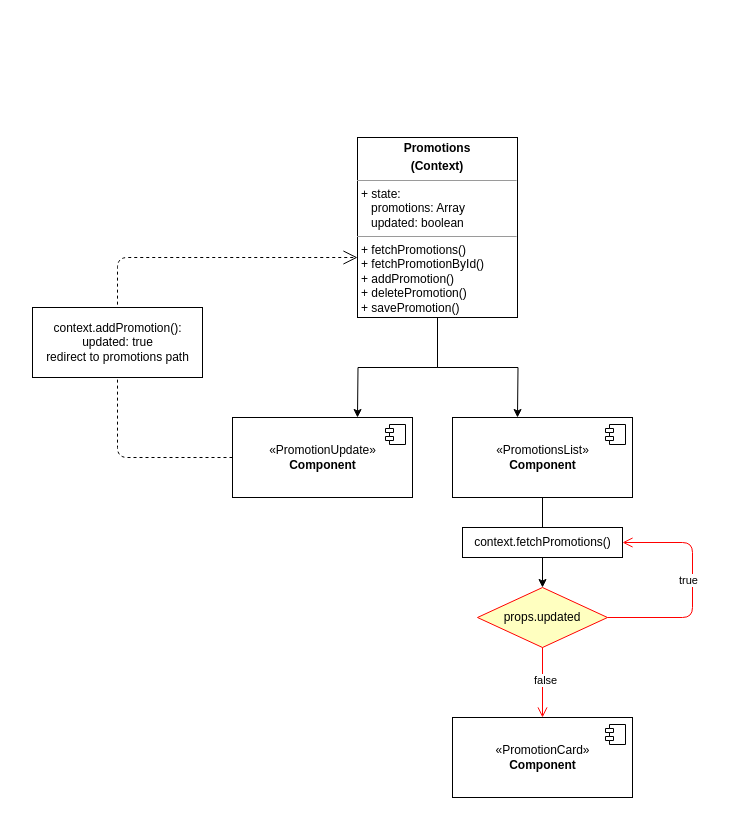
denissamoilov/material keeps this draw.io diagram as cmsx.drawio. Above is the earlier version. Source tidied: cells renumbered, new cells numbered last; positions are measured from the earlier drawing's top-left corner, leaving out a move shared by most shapes. Both pictures are drawn from the tidied source at 100%, with x=0, y=0 at pixel (32, 137).
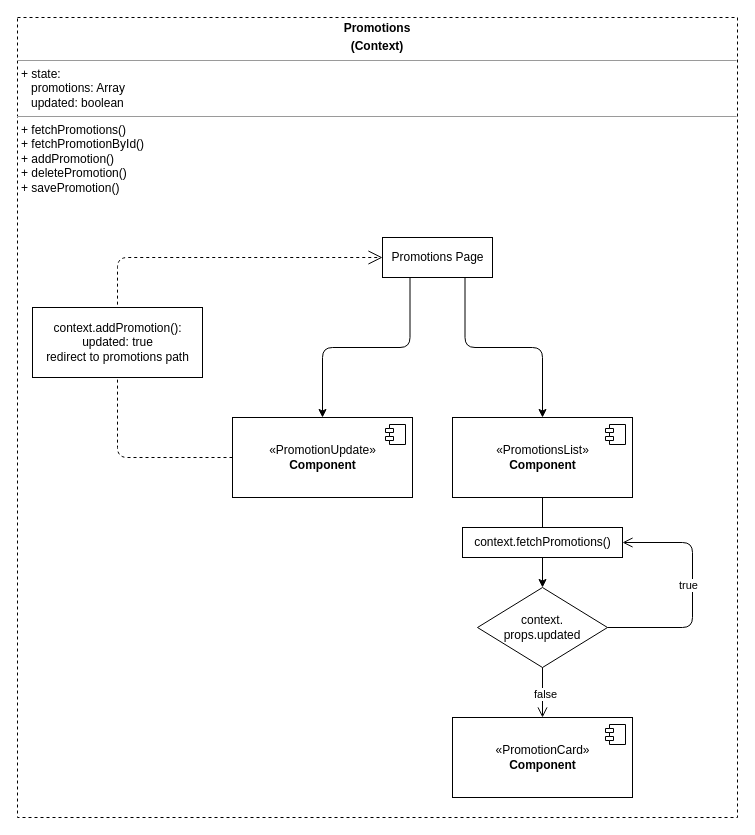
After the change.

The change refers to these unchanged cells:
```xml
<mxCell id="6" value="«PromotionsList»&lt;br&gt;&lt;b&gt;Component&lt;/b&gt;" style="html=1;" parent="1" vertex="1">
  <mxGeometry x="420" y="280" width="180" height="80" as="geometry" />
</mxCell>
<mxCell id="8" value="«PromotionUpdate»&lt;br&gt;&lt;b&gt;Component&lt;/b&gt;" style="html=1;" parent="1" vertex="1">
  <mxGeometry x="200" y="280" width="180" height="80" as="geometry" />
</mxCell>
<mxCell id="10" value="«PromotionCard»&lt;br&gt;&lt;b&gt;Component&lt;/b&gt;" style="html=1;" parent="1" vertex="1">
  <mxGeometry x="420" y="580" width="180" height="80" as="geometry" />
</mxCell>
<mxCell id="17" value="context.fetchPromotions()" style="html=1;" parent="1" vertex="1">
  <mxGeometry x="430" y="390" width="160" height="30" as="geometry" />
</mxCell>
```

Change to the diagram source:
```diff
@@
-    <mxCell id="2" style="edgeStyle=orthogonalEdgeStyle;rounded=0;jettySize=auto;html=1;" parent="1" edge="1" source="4">
+    <mxCell id="2" style="edgeStyle=orthogonalEdgeStyle;rounded=0;jettySize=auto;html=1;exitX=0.5;exitY=1;exitDx=0;exitDy=0;entryX=0.5;entryY=0;entryDx=0;entryDy=0;" parent="1" edge="1" source="21" target="8">
       <mxGeometry relative="1" as="geometry">
-        <mxPoint x="325" y="280" as="targetPoint" />
+        <Array as="points">
+          <mxPoint x="405" y="210" />
+          <mxPoint x="290" y="210" />
+        </Array>
       </mxGeometry>
     </mxCell>
-    <mxCell id="3" style="edgeStyle=orthogonalEdgeStyle;rounded=0;jettySize=auto;html=1;" parent="1" edge="1" source="4">
+    <mxCell id="3" style="edgeStyle=orthogonalEdgeStyle;rounded=0;jettySize=auto;html=1;exitX=0.5;exitY=1;exitDx=0;exitDy=0;entryX=0.5;entryY=0;entryDx=0;entryDy=0;" parent="1" edge="1" source="21" target="6">
       <mxGeometry relative="1" as="geometry">
-        <mxPoint x="485" y="280" as="targetPoint" />
+        <Array as="points">
+          <mxPoint x="405" y="210" />
+          <mxPoint x="510" y="210" />
+        </Array>
       </mxGeometry>
     </mxCell>
-    <mxCell id="4" value="&lt;p style=&quot;margin: 0px ; margin-top: 4px ; text-align: center&quot;&gt;&lt;b&gt;Promotions&lt;/b&gt;&lt;/p&gt;&lt;p style=&quot;margin: 0px ; margin-top: 4px ; text-align: center&quot;&gt;&lt;b&gt;(Context)&lt;/b&gt;&lt;/p&gt;&lt;hr size=&quot;1&quot;&gt;&lt;p style=&quot;margin: 0px ; margin-left: 4px&quot;&gt;+ state:&lt;/p&gt;&lt;p style=&quot;margin: 0px ; margin-left: 4px&quot;&gt;&amp;nbsp; &amp;nbsp;promotions: Array&lt;/p&gt;&lt;p style=&quot;margin: 0px ; margin-left: 4px&quot;&gt;&amp;nbsp; &amp;nbsp;updated: boolean&lt;/p&gt;&lt;hr size=&quot;1&quot;&gt;&lt;p style=&quot;margin: 0px ; margin-left: 4px&quot;&gt;+ fetchPromotions()&lt;/p&gt;&lt;p style=&quot;margin: 0px ; margin-left: 4px&quot;&gt;+ fetchPromotionById()&lt;/p&gt;&lt;p style=&quot;margin: 0px ; margin-left: 4px&quot;&gt;&lt;span&gt;+ addPromotion()&lt;/span&gt;&lt;/p&gt;&lt;p style=&quot;margin: 0px ; margin-left: 4px&quot;&gt;&lt;span&gt;+ deletePromotion()&lt;/span&gt;&lt;/p&gt;&lt;p style=&quot;margin: 0px ; margin-left: 4px&quot;&gt;&lt;span&gt;+ savePromotion()&lt;/span&gt;&lt;/p&gt;&lt;p&gt;&lt;br&gt;&lt;/p&gt;" style="verticalAlign=top;align=left;overflow=fill;fontSize=12;fontFamily=Helvetica;html=1;" parent="1" vertex="1">
-      <mxGeometry x="325" width="160" height="180" as="geometry" />
+    <mxCell id="4" value="&lt;p style=&quot;margin: 0px ; margin-top: 4px ; text-align: center&quot;&gt;&lt;b&gt;Promotions&lt;/b&gt;&lt;/p&gt;&lt;p style=&quot;margin: 0px ; margin-top: 4px ; text-align: center&quot;&gt;&lt;b&gt;(Context)&lt;/b&gt;&lt;/p&gt;&lt;hr size=&quot;1&quot;&gt;&lt;p style=&quot;margin: 0px ; margin-left: 4px&quot;&gt;+ state:&lt;/p&gt;&lt;p style=&quot;margin: 0px ; margin-left: 4px&quot;&gt;&amp;nbsp; &amp;nbsp;promotions: Array&lt;/p&gt;&lt;p style=&quot;margin: 0px ; margin-left: 4px&quot;&gt;&amp;nbsp; &amp;nbsp;updated: boolean&lt;/p&gt;&lt;hr size=&quot;1&quot;&gt;&lt;p style=&quot;margin: 0px ; margin-left: 4px&quot;&gt;+ fetchPromotions()&lt;/p&gt;&lt;p style=&quot;margin: 0px ; margin-left: 4px&quot;&gt;+ fetchPromotionById()&lt;/p&gt;&lt;p style=&quot;margin: 0px ; margin-left: 4px&quot;&gt;&lt;span&gt;+ addPromotion()&lt;/span&gt;&lt;/p&gt;&lt;p style=&quot;margin: 0px ; margin-left: 4px&quot;&gt;&lt;span&gt;+ deletePromotion()&lt;/span&gt;&lt;/p&gt;&lt;p style=&quot;margin: 0px ; margin-left: 4px&quot;&gt;&lt;span&gt;+ savePromotion()&lt;/span&gt;&lt;/p&gt;&lt;p&gt;&lt;br&gt;&lt;/p&gt;" style="verticalAlign=top;align=left;overflow=fill;fontSize=12;fontFamily=Helvetica;html=1;gradientColor=none;dashed=1;rounded=0;shadow=0;comic=0;glass=0;" parent="1" vertex="1">
+      <mxGeometry x="-15" y="-120" width="720" height="800" as="geometry" />
     </mxCell>
@@
-    <mxCell id="13" style="endArrow=open;endSize=12;dashed=1;html=1;exitX=0;exitY=0.5;exitDx=0;exitDy=0;" parent="1" edge="1" source="8">
+    <mxCell id="13" style="endArrow=open;endSize=12;dashed=1;html=1;exitX=0;exitY=0.5;exitDx=0;exitDy=0;entryX=0;entryY=0.5;entryDx=0;entryDy=0;" parent="1" edge="1" source="8" target="21">
       <mxGeometry x="-0.36" relative="1" as="geometry">
-        <mxPoint x="325" y="120" as="targetPoint" />
         <Array as="points">
           <mxPoint x="85" y="320" />
           <mxPoint x="85" y="120" />
         </Array>
       </mxGeometry>
     </mxCell>
-    <mxCell id="14" value="props.updated" style="rhombus;whiteSpace=wrap;html=1;fillColor=#ffffc0;strokeColor=#ff0000;" parent="1" vertex="1">
-      <mxGeometry x="445" y="450" width="130" height="60" as="geometry" />
+    <mxCell id="14" value="context.&lt;br&gt;props.updated" style="rhombus;whiteSpace=wrap;html=1;" parent="1" vertex="1">
+      <mxGeometry x="445" y="450" width="130" height="80" as="geometry" />
     </mxCell>
-    <mxCell id="15" value="true" style="edgeStyle=orthogonalEdgeStyle;html=1;align=left;verticalAlign=bottom;endArrow=open;endSize=8;strokeColor=#ff0000;entryX=1;entryY=0.5;entryDx=0;entryDy=0;" parent="1" edge="1" source="14" target="17">
+    <mxCell id="15" value="true" style="edgeStyle=orthogonalEdgeStyle;html=1;align=left;verticalAlign=bottom;endArrow=open;endSize=8;strokeColor=#000000;entryX=1;entryY=0.5;entryDx=0;entryDy=0;exitX=1;exitY=0.5;exitDx=0;exitDy=0;rounded=1;" parent="1" edge="1" source="14" target="17">
       <mxGeometry x="-0.02" y="15" relative="1" as="geometry">
         <Array as="points">
-          <mxPoint x="660" y="480" />
+          <mxPoint x="660" y="490" />
           <mxPoint x="660" y="405" />
         </Array>
       </mxGeometry>
     </mxCell>
-    <mxCell id="16" value="false&lt;br&gt;" style="edgeStyle=orthogonalEdgeStyle;html=1;align=left;verticalAlign=top;endArrow=open;endSize=8;strokeColor=#ff0000;entryX=0.5;entryY=0;entryDx=0;entryDy=0;" parent="1" edge="1" source="14" target="10">
+    <mxCell id="16" value="false&lt;br&gt;" style="edgeStyle=orthogonalEdgeStyle;html=1;align=left;verticalAlign=top;endArrow=open;endSize=8;strokeColor=#000000;entryX=0.5;entryY=0;entryDx=0;entryDy=0;" parent="1" edge="1" source="14" target="10">
       <mxGeometry x="-0.43" y="-10" relative="1" as="geometry">
         <Array as="points">
           <mxPoint x="510" y="510" />
           <mxPoint x="510" y="510" />
         </Array>
       </mxGeometry>
     </mxCell>
@@
+    <mxCell id="19" style="edgeStyle=orthogonalEdgeStyle;rounded=1;jettySize=auto;html=1;entryX=0.5;entryY=0;entryDx=0;entryDy=0;exitX=0.75;exitY=1;exitDx=0;exitDy=0;" parent="1" edge="1" source="21" target="6">
+      <mxGeometry relative="1" as="geometry" />
+    </mxCell>
+    <mxCell id="20" style="edgeStyle=orthogonalEdgeStyle;rounded=1;jettySize=auto;html=1;entryX=0.5;entryY=0;entryDx=0;entryDy=0;exitX=0.25;exitY=1;exitDx=0;exitDy=0;" parent="1" edge="1" source="21" target="8">
+      <mxGeometry relative="1" as="geometry" />
+    </mxCell>
+    <mxCell id="21" value="Promotions Page" style="html=1;" parent="1" vertex="1">
+      <mxGeometry x="350" y="100" width="110" height="40" as="geometry" />
+    </mxCell>
```
